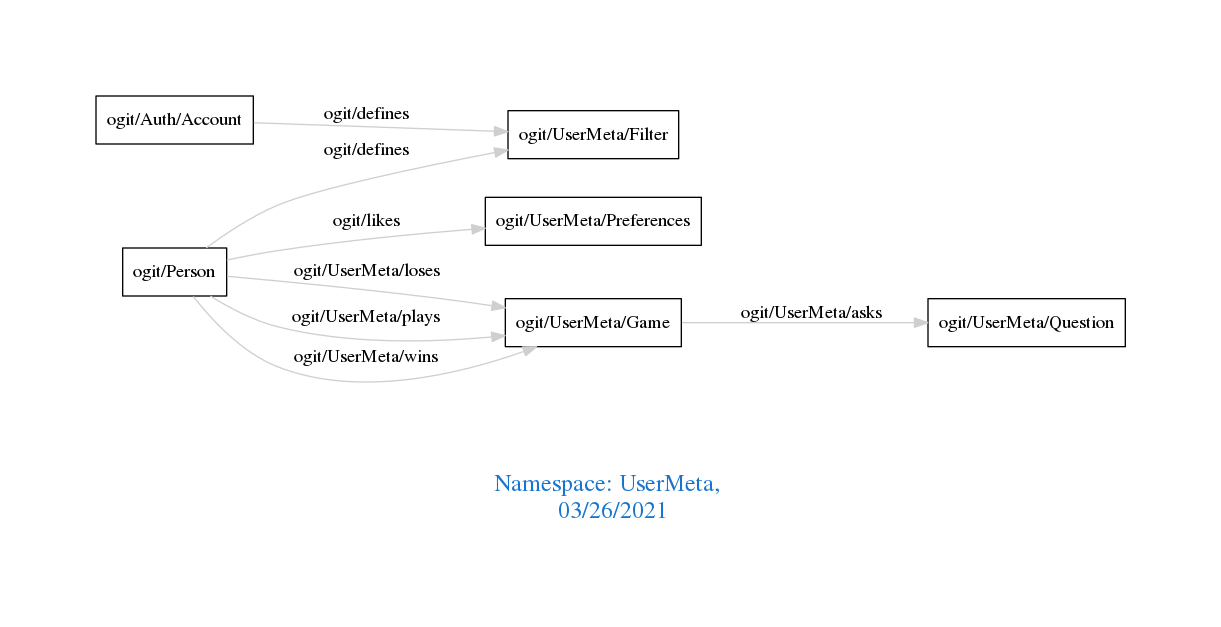
Earlier version of the Graphviz export downloads/UserMeta.png (arago/OGIT). Its source is kept beside it as downloads/UserMeta.dot.
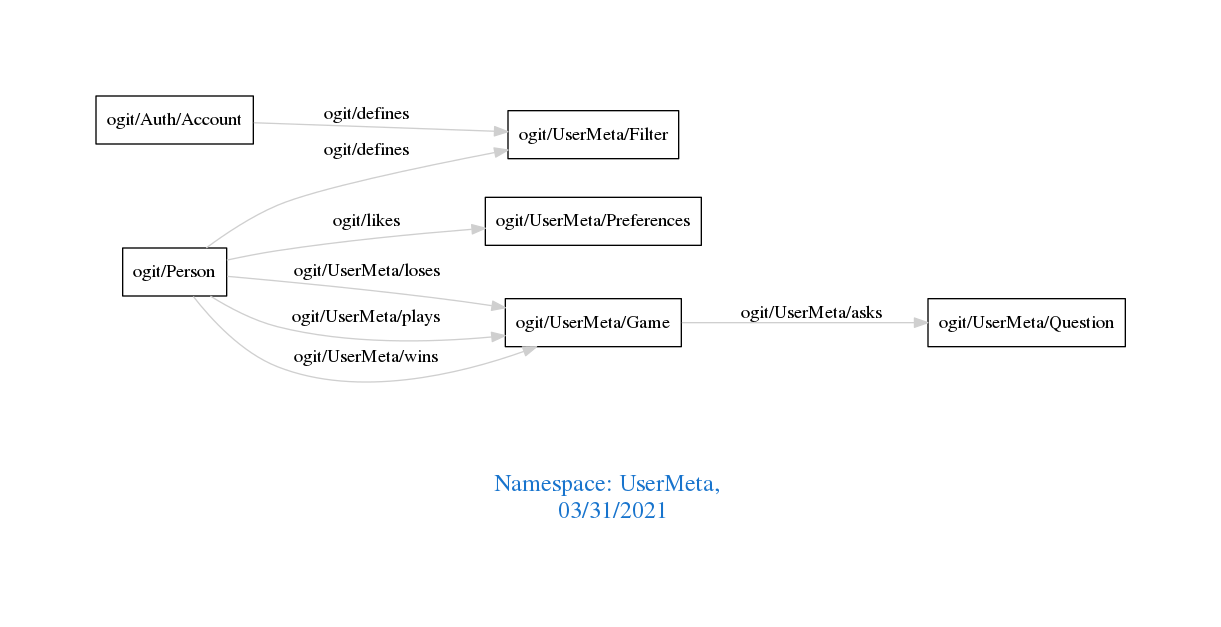
The same diagram one commit later.

The edit, as a diff of the source:
```diff
@@ -1,7 +1,7 @@
 digraph OGIT_ontology {
  graph [ rankdir= LR,pad=1
 fontsize = 18,
-fontcolor= dodgerblue3,label = "\n\n\nNamespace: UserMeta, \n 03/26/2021"];
+fontcolor= dodgerblue3,label = "\n\n\nNamespace: UserMeta, \n 03/31/2021"];
 node[shape=polygon];
 edge [  color="gray81"];
 
```
